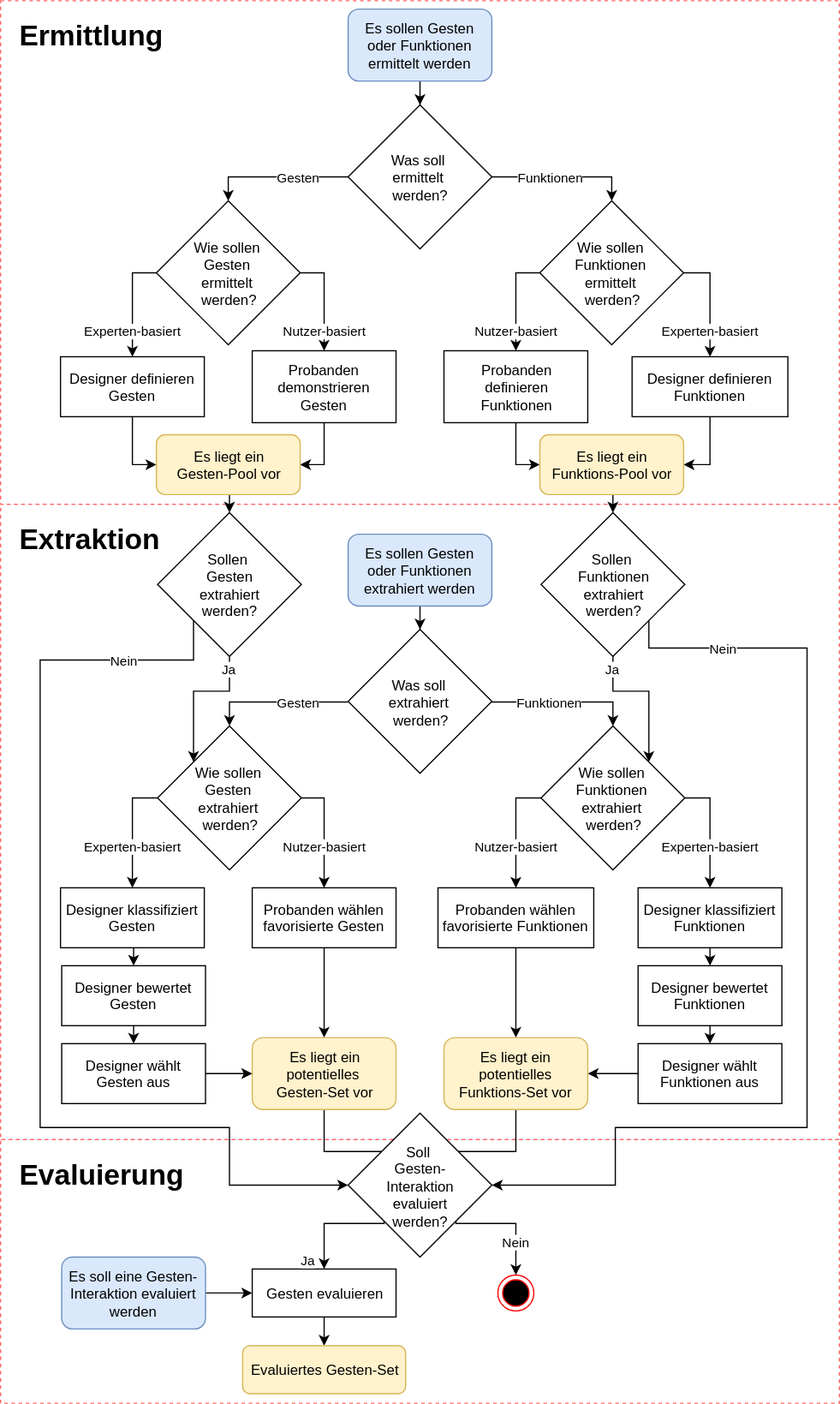
The draw.io diagram img/de/introduction/study-create/gesture-design-process.svg in danielkuenkel/gesturenote, before a commit. Source tidied: cells renumbered, new cells last; positions are measured from the earlier drawing's top-left corner, leaving out a move shared by most shapes.
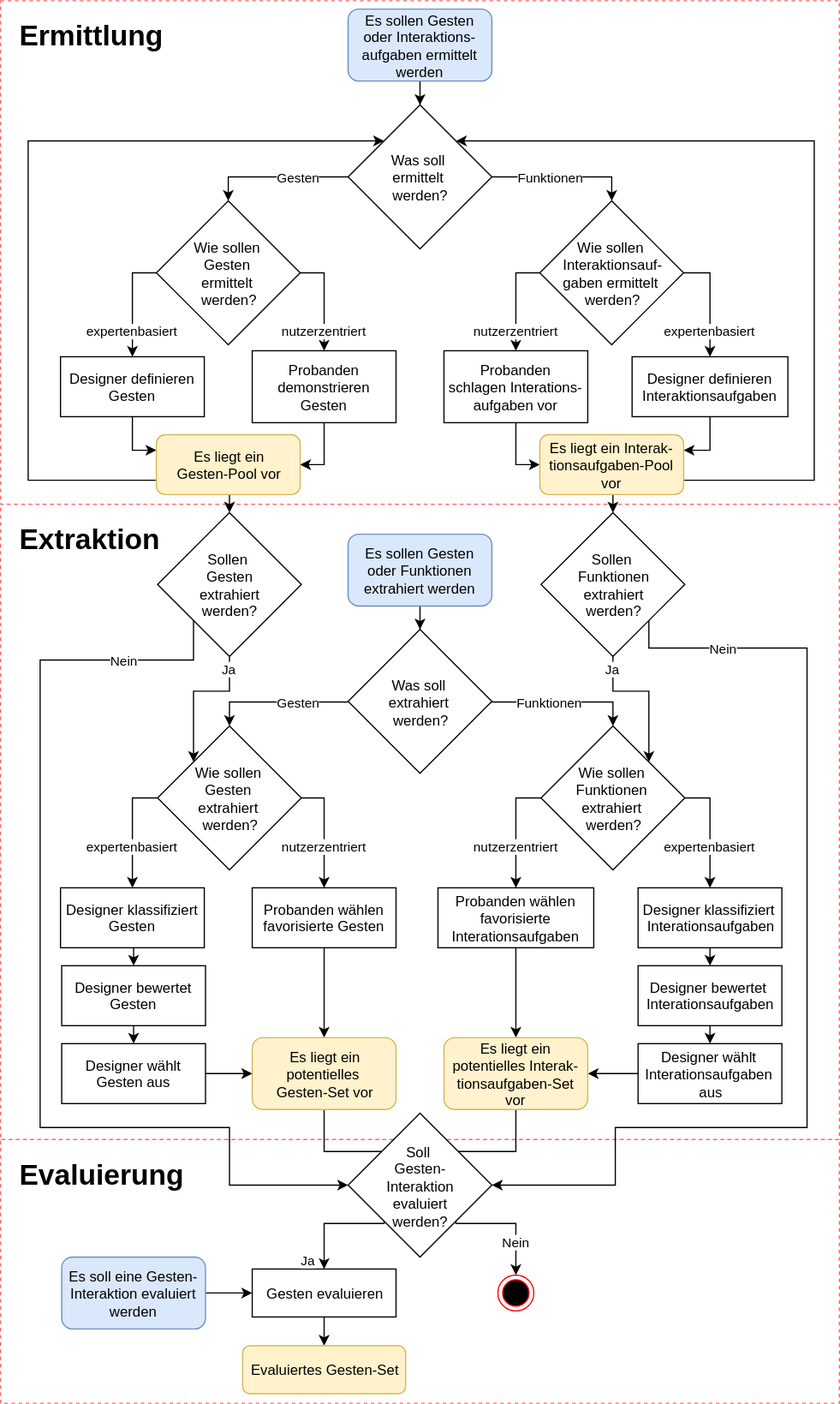
The same diagram one commit later.

The edit, as a diff of the source:
```diff
@@ -14,11 +14,15 @@
     <mxCell id="5" style="edgeStyle=orthogonalEdgeStyle;rounded=0;html=1;exitX=0.5;exitY=1;jettySize=auto;" parent="1" edge="1" source="6" target="13">
       <mxGeometry relative="1" as="geometry" />
     </mxCell>
-    <mxCell id="6" value="Es sollen Gesten oder Funktionen ermittelt werden" style="rounded=1;whiteSpace=wrap;html=1;fillColor=#dae8fc;strokeColor=#6c8ebf;" parent="1" vertex="1">
+    <mxCell id="6" value="Es sollen Gesten oder Interaktions-aufgaben ermittelt werden" style="rounded=1;whiteSpace=wrap;html=1;fillColor=#dae8fc;strokeColor=#6c8ebf;" parent="1" vertex="1">
       <mxGeometry x="290" y="7" width="120" height="60" as="geometry" />
     </mxCell>
-    <mxCell id="7" style="edgeStyle=orthogonalEdgeStyle;rounded=0;html=1;exitX=0.5;exitY=1;entryX=0;entryY=0.5;jettySize=auto;" parent="1" edge="1" source="8" target="15">
-      <mxGeometry relative="1" as="geometry" />
+    <mxCell id="7" style="edgeStyle=orthogonalEdgeStyle;rounded=0;html=1;exitX=0.5;exitY=1;entryX=0;entryY=0.25;jettySize=auto;" parent="1" edge="1" source="8" target="15">
+      <mxGeometry relative="1" as="geometry">
+        <Array as="points">
+          <mxPoint x="110" y="375" />
+        </Array>
+      </mxGeometry>
     </mxCell>
     <mxCell id="8" value="Designer definieren Gesten" style="rounded=0;whiteSpace=wrap;html=1;" parent="1" vertex="1">
       <mxGeometry x="50" y="297" width="120" height="50" as="geometry" />
@@ -47,43 +51,63 @@
     <mxCell id="14" style="edgeStyle=orthogonalEdgeStyle;rounded=0;html=1;exitX=0.5;exitY=1;entryX=0.5;entryY=0;jettySize=auto;" parent="1" edge="1" source="15" target="59">
       <mxGeometry relative="1" as="geometry" />
     </mxCell>
+    <mxCell id="77" style="edgeStyle=orthogonalEdgeStyle;rounded=0;html=1;exitX=0;exitY=0.75;entryX=0;entryY=0;jettySize=auto;strokeColor=#000000;" parent="1" edge="1" source="15" target="13">
+      <mxGeometry relative="1" as="geometry">
+        <Array as="points">
+          <mxPoint x="23" y="400" />
+          <mxPoint x="23" y="117" />
+        </Array>
+      </mxGeometry>
+    </mxCell>
     <mxCell id="15" value="Es liegt ein&lt;div&gt;Gesten-Pool vor&lt;/div&gt;" style="rounded=1;whiteSpace=wrap;html=1;fillColor=#fff2cc;strokeColor=#d6b656;" parent="1" vertex="1">
       <mxGeometry x="130" y="362" width="120" height="50" as="geometry" />
     </mxCell>
-    <mxCell id="16" value="Experten-basiert" style="edgeStyle=orthogonalEdgeStyle;rounded=0;html=1;exitX=0;exitY=0.5;entryX=0.5;entryY=0;jettySize=auto;" parent="1" edge="1" source="18" target="8">
+    <mxCell id="16" value="expertenbasiert" style="edgeStyle=orthogonalEdgeStyle;rounded=0;html=1;exitX=0;exitY=0.5;entryX=0.5;entryY=0;jettySize=auto;" parent="1" edge="1" source="18" target="8">
       <mxGeometry x="0.51" relative="1" as="geometry" />
     </mxCell>
-    <mxCell id="17" value="Nutzer-basiert" style="edgeStyle=orthogonalEdgeStyle;rounded=0;html=1;exitX=1;exitY=0.5;jettySize=auto;" parent="1" edge="1" source="18" target="10">
+    <mxCell id="17" value="nutzerzentriert" style="edgeStyle=orthogonalEdgeStyle;rounded=0;html=1;exitX=1;exitY=0.5;jettySize=auto;" parent="1" edge="1" source="18" target="10">
       <mxGeometry x="0.6" relative="1" as="geometry" />
     </mxCell>
     <mxCell id="18" value="Wie sollen&amp;nbsp;&lt;div&gt;Gesten&amp;nbsp;&lt;/div&gt;&lt;div&gt;ermittelt&amp;nbsp;&lt;/div&gt;&lt;div&gt;werden?&lt;/div&gt;" style="rhombus;whiteSpace=wrap;html=1;" parent="1" vertex="1">
       <mxGeometry x="130" y="167" width="120" height="120" as="geometry" />
     </mxCell>
-    <mxCell id="19" value="Experten-basiert" style="edgeStyle=orthogonalEdgeStyle;rounded=0;html=1;exitX=1;exitY=0.5;jettySize=auto;" parent="1" edge="1" source="21" target="25">
+    <mxCell id="19" value="expertenbasiert" style="edgeStyle=orthogonalEdgeStyle;rounded=0;html=1;exitX=1;exitY=0.5;jettySize=auto;" parent="1" edge="1" source="21" target="25">
       <mxGeometry x="0.52" relative="1" as="geometry" />
     </mxCell>
-    <mxCell id="20" value="Nutzer-basiert" style="edgeStyle=orthogonalEdgeStyle;rounded=0;html=1;exitX=0;exitY=0.5;entryX=0.5;entryY=0;jettySize=auto;" parent="1" edge="1" source="21" target="23">
+    <mxCell id="20" value="nutzerzentriert&lt;br&gt;" style="edgeStyle=orthogonalEdgeStyle;rounded=0;html=1;exitX=0;exitY=0.5;entryX=0.5;entryY=0;jettySize=auto;" parent="1" edge="1" source="21" target="23">
       <mxGeometry x="0.6" relative="1" as="geometry" />
     </mxCell>
-    <mxCell id="21" value="Wie sollen&amp;nbsp;&lt;div&gt;Funktionen&amp;nbsp;&lt;/div&gt;&lt;div&gt;ermittelt&amp;nbsp;&lt;/div&gt;&lt;div&gt;werden?&lt;/div&gt;" style="rhombus;whiteSpace=wrap;html=1;" parent="1" vertex="1">
+    <mxCell id="21" value="Wie sollen&amp;nbsp;&lt;div&gt;Interaktionsauf-&lt;/div&gt;&lt;div&gt;gaben ermittelt&amp;nbsp;&lt;br&gt;&lt;/div&gt;&lt;div&gt;werden?&lt;/div&gt;" style="rhombus;whiteSpace=wrap;html=1;" parent="1" vertex="1">
       <mxGeometry x="450" y="167" width="120" height="120" as="geometry" />
     </mxCell>
     <mxCell id="22" style="edgeStyle=orthogonalEdgeStyle;rounded=0;html=1;exitX=0.5;exitY=1;entryX=0;entryY=0.5;jettySize=auto;" parent="1" edge="1" source="23" target="27">
       <mxGeometry relative="1" as="geometry" />
     </mxCell>
-    <mxCell id="23" value="Probanden&lt;div&gt;definieren&lt;/div&gt;&lt;div&gt;Funktionen&lt;/div&gt;" style="rounded=0;whiteSpace=wrap;html=1;" parent="1" vertex="1">
+    <mxCell id="23" value="Probanden&lt;div&gt;schlagen Interations-aufgaben vor&lt;/div&gt;" style="rounded=0;whiteSpace=wrap;html=1;" parent="1" vertex="1">
       <mxGeometry x="370" y="292" width="120" height="60" as="geometry" />
     </mxCell>
-    <mxCell id="24" style="edgeStyle=orthogonalEdgeStyle;rounded=0;html=1;exitX=0.5;exitY=1;entryX=1;entryY=0.5;jettySize=auto;" parent="1" edge="1" source="25" target="27">
-      <mxGeometry relative="1" as="geometry" />
+    <mxCell id="24" style="edgeStyle=orthogonalEdgeStyle;rounded=0;html=1;exitX=0.5;exitY=1;entryX=1;entryY=0.25;jettySize=auto;" parent="1" edge="1" source="25" target="27">
+      <mxGeometry relative="1" as="geometry">
+        <Array as="points">
+          <mxPoint x="592" y="375" />
+        </Array>
+      </mxGeometry>
     </mxCell>
-    <mxCell id="25" value="Designer definieren Funktionen&lt;br&gt;" style="rounded=0;whiteSpace=wrap;html=1;" parent="1" vertex="1">
+    <mxCell id="25" value="Designer definieren Interaktionsaufgaben&lt;br&gt;" style="rounded=0;whiteSpace=wrap;html=1;" parent="1" vertex="1">
       <mxGeometry x="527" y="297" width="130" height="50" as="geometry" />
     </mxCell>
     <mxCell id="26" style="edgeStyle=orthogonalEdgeStyle;rounded=0;html=1;exitX=0.5;exitY=1;entryX=0.5;entryY=0;jettySize=auto;" parent="1" edge="1" source="27" target="62">
       <mxGeometry relative="1" as="geometry" />
     </mxCell>
+    <mxCell id="78" style="edgeStyle=orthogonalEdgeStyle;rounded=0;html=1;exitX=1;exitY=0.75;entryX=1;entryY=0;jettySize=auto;strokeColor=#000000;" parent="1" edge="1" source="27" target="13">
+      <mxGeometry relative="1" as="geometry">
+        <Array as="points">
+          <mxPoint x="679" y="400" />
+          <mxPoint x="679" y="117" />
+        </Array>
+      </mxGeometry>
+    </mxCell>
-    <mxCell id="27" value="Es liegt ein&lt;div&gt;Funktions-Pool vor&lt;/div&gt;" style="rounded=1;whiteSpace=wrap;html=1;fillColor=#fff2cc;strokeColor=#d6b656;" parent="1" vertex="1">
+    <mxCell id="27" value="Es liegt ein Interak-tionsaufgaben-Pool vor&lt;br&gt;" style="rounded=1;whiteSpace=wrap;html=1;fillColor=#fff2cc;strokeColor=#d6b656;" parent="1" vertex="1">
       <mxGeometry x="450" y="362" width="120" height="50" as="geometry" />
     </mxCell>
     <mxCell id="28" style="edgeStyle=orthogonalEdgeStyle;rounded=0;html=1;exitX=0.5;exitY=1;jettySize=auto;" parent="1" edge="1" source="29" target="36">
@@ -129,23 +153,23 @@
     <mxCell id="38" value="Es liegt ein&lt;div&gt;potentielles&amp;nbsp;&lt;/div&gt;&lt;div&gt;Gesten-Set vor&lt;/div&gt;" style="rounded=1;whiteSpace=wrap;html=1;fillColor=#fff2cc;strokeColor=#d6b656;" parent="1" vertex="1">
       <mxGeometry x="210" y="865" width="120" height="60" as="geometry" />
     </mxCell>
-    <mxCell id="39" value="Nutzer-basiert" style="edgeStyle=orthogonalEdgeStyle;rounded=0;html=1;exitX=1;exitY=0.5;jettySize=auto;" parent="1" edge="1" source="41" target="33">
+    <mxCell id="39" value="nutzerzentriert&lt;br&gt;" style="edgeStyle=orthogonalEdgeStyle;rounded=0;html=1;exitX=1;exitY=0.5;jettySize=auto;" parent="1" edge="1" source="41" target="33">
       <mxGeometry x="0.26" relative="1" as="geometry">
         <Array as="points">
           <mxPoint x="270" y="665" />
         </Array>
       </mxGeometry>
     </mxCell>
-    <mxCell id="40" value="Experten-basiert" style="edgeStyle=orthogonalEdgeStyle;rounded=0;html=1;exitX=0;exitY=0.5;entryX=0.5;entryY=0;jettySize=auto;" parent="1" edge="1" source="41" target="68">
+    <mxCell id="40" value="expertenbasiert&lt;br&gt;" style="edgeStyle=orthogonalEdgeStyle;rounded=0;html=1;exitX=0;exitY=0.5;entryX=0.5;entryY=0;jettySize=auto;" parent="1" edge="1" source="41" target="68">
       <mxGeometry x="0.27" relative="1" as="geometry" />
     </mxCell>
     <mxCell id="41" value="Wie sollen&amp;nbsp;&lt;div&gt;Gesten&amp;nbsp;&lt;/div&gt;&lt;div&gt;extrahiert&amp;nbsp;&lt;/div&gt;&lt;div&gt;werden?&lt;/div&gt;" style="rhombus;whiteSpace=wrap;html=1;" parent="1" vertex="1">
       <mxGeometry x="131" y="605" width="120" height="120" as="geometry" />
     </mxCell>
-    <mxCell id="42" value="Nutzer-basiert" style="edgeStyle=orthogonalEdgeStyle;rounded=0;html=1;exitX=0;exitY=0.5;entryX=0.5;entryY=0;jettySize=auto;" parent="1" edge="1" source="44" target="48">
+    <mxCell id="42" value="nutzerzentriert&lt;br&gt;" style="edgeStyle=orthogonalEdgeStyle;rounded=0;html=1;exitX=0;exitY=0.5;entryX=0.5;entryY=0;jettySize=auto;" parent="1" edge="1" source="44" target="48">
       <mxGeometry x="0.27" relative="1" as="geometry" />
     </mxCell>
-    <mxCell id="43" value="&lt;div&gt;Experten-basiert&lt;br&gt;&lt;/div&gt;" style="edgeStyle=orthogonalEdgeStyle;rounded=0;html=1;exitX=1;exitY=0.5;entryX=0.5;entryY=0;jettySize=auto;" parent="1" edge="1" source="44" target="73">
+    <mxCell id="43" value="&lt;div&gt;expertenbasiert&lt;br&gt;&lt;/div&gt;" style="edgeStyle=orthogonalEdgeStyle;rounded=0;html=1;exitX=1;exitY=0.5;entryX=0.5;entryY=0;jettySize=auto;" parent="1" edge="1" source="44" target="73">
       <mxGeometry x="0.27" relative="1" as="geometry" />
     </mxCell>
     <mxCell id="44" value="Wie sollen&amp;nbsp;&lt;div&gt;Funktionen&amp;nbsp;&lt;/div&gt;&lt;div&gt;extrahiert&amp;nbsp;&lt;/div&gt;&lt;div&gt;werden?&lt;/div&gt;" style="rhombus;whiteSpace=wrap;html=1;" parent="1" vertex="1">
@@ -154,13 +178,13 @@
     <mxCell id="45" style="edgeStyle=orthogonalEdgeStyle;rounded=0;html=1;exitX=0;exitY=0.5;entryX=1;entryY=0.5;jettySize=auto;" parent="1" edge="1" source="46" target="50">
       <mxGeometry relative="1" as="geometry" />
     </mxCell>
-    <mxCell id="46" value="Designer wählt Funktionen aus" style="rounded=0;whiteSpace=wrap;html=1;" parent="1" vertex="1">
+    <mxCell id="46" value="Designer wählt&amp;nbsp;&lt;br&gt;Interationsaufgaben&amp;nbsp;&lt;br&gt;aus" style="rounded=0;whiteSpace=wrap;html=1;" parent="1" vertex="1">
       <mxGeometry x="532" y="870" width="120" height="50" as="geometry" />
     </mxCell>
     <mxCell id="47" style="edgeStyle=orthogonalEdgeStyle;rounded=0;html=1;exitX=0.5;exitY=1;entryX=0.5;entryY=0;jettySize=auto;" parent="1" edge="1" source="48" target="50">
       <mxGeometry relative="1" as="geometry" />
     </mxCell>
-    <mxCell id="48" value="Probanden wählen favorisierte Funktionen" style="rounded=0;whiteSpace=wrap;html=1;" parent="1" vertex="1">
+    <mxCell id="48" value="Probanden wählen favorisierte&lt;br&gt;Interationsaufgaben" style="rounded=0;whiteSpace=wrap;html=1;" parent="1" vertex="1">
       <mxGeometry x="365" y="740" width="130" height="50" as="geometry" />
     </mxCell>
     <mxCell id="49" style="edgeStyle=orthogonalEdgeStyle;rounded=0;html=1;exitX=0.5;exitY=1;entryX=1;entryY=0;jettySize=auto;" parent="1" edge="1" source="50" target="65">
@@ -170,7 +194,7 @@
         </Array>
       </mxGeometry>
     </mxCell>
-    <mxCell id="50" value="Es liegt ein potentielles&lt;div&gt;Funktions-Set vor&lt;/div&gt;" style="rounded=1;whiteSpace=wrap;html=1;fillColor=#fff2cc;strokeColor=#d6b656;" parent="1" vertex="1">
+    <mxCell id="50" value="Es liegt ein potentielles Interak-tionsaufgaben-Set vor&lt;br&gt;" style="rounded=1;whiteSpace=wrap;html=1;fillColor=#fff2cc;strokeColor=#d6b656;" parent="1" vertex="1">
       <mxGeometry x="370" y="865" width="120" height="60" as="geometry" />
     </mxCell>
     <mxCell id="51" style="edgeStyle=orthogonalEdgeStyle;rounded=0;html=1;exitX=1;exitY=0.5;entryX=0;entryY=0.5;jettySize=auto;" parent="1" edge="1" source="52" target="38">
@@ -259,13 +283,13 @@
     <mxCell id="70" style="edgeStyle=orthogonalEdgeStyle;rounded=0;html=1;exitX=0.5;exitY=1;entryX=0.5;entryY=0;jettySize=auto;" parent="1" edge="1" source="71" target="46">
       <mxGeometry relative="1" as="geometry" />
     </mxCell>
-    <mxCell id="71" value="Designer bewertet Funktionen" style="rounded=0;whiteSpace=wrap;html=1;" parent="1" vertex="1">
+    <mxCell id="71" value="Designer bewertet&amp;nbsp;&lt;br&gt;Interationsaufgaben" style="rounded=0;whiteSpace=wrap;html=1;" parent="1" vertex="1">
       <mxGeometry x="532" y="805" width="120" height="50" as="geometry" />
     </mxCell>
     <mxCell id="72" style="edgeStyle=orthogonalEdgeStyle;rounded=0;html=1;exitX=0.5;exitY=1;entryX=0.5;entryY=0;jettySize=auto;" parent="1" edge="1" source="73" target="71">
       <mxGeometry relative="1" as="geometry" />
     </mxCell>
-    <mxCell id="73" value="Designer klassifiziert Funktionen" style="rounded=0;whiteSpace=wrap;html=1;" parent="1" vertex="1">
+    <mxCell id="73" value="Designer klassifiziert&amp;nbsp;&lt;br&gt;Interationsaufgaben" style="rounded=0;whiteSpace=wrap;html=1;" parent="1" vertex="1">
       <mxGeometry x="532" y="740" width="120" height="50" as="geometry" />
     </mxCell>
     <mxCell id="74" value="&lt;h1&gt;Ermittlung&lt;/h1&gt;" style="text;html=1;strokeColor=none;fillColor=none;spacing=5;spacingTop=-20;whiteSpace=wrap;overflow=hidden;rounded=0;shadow=0;glass=0;dashed=1;comic=0;" parent="1" vertex="1">
```
